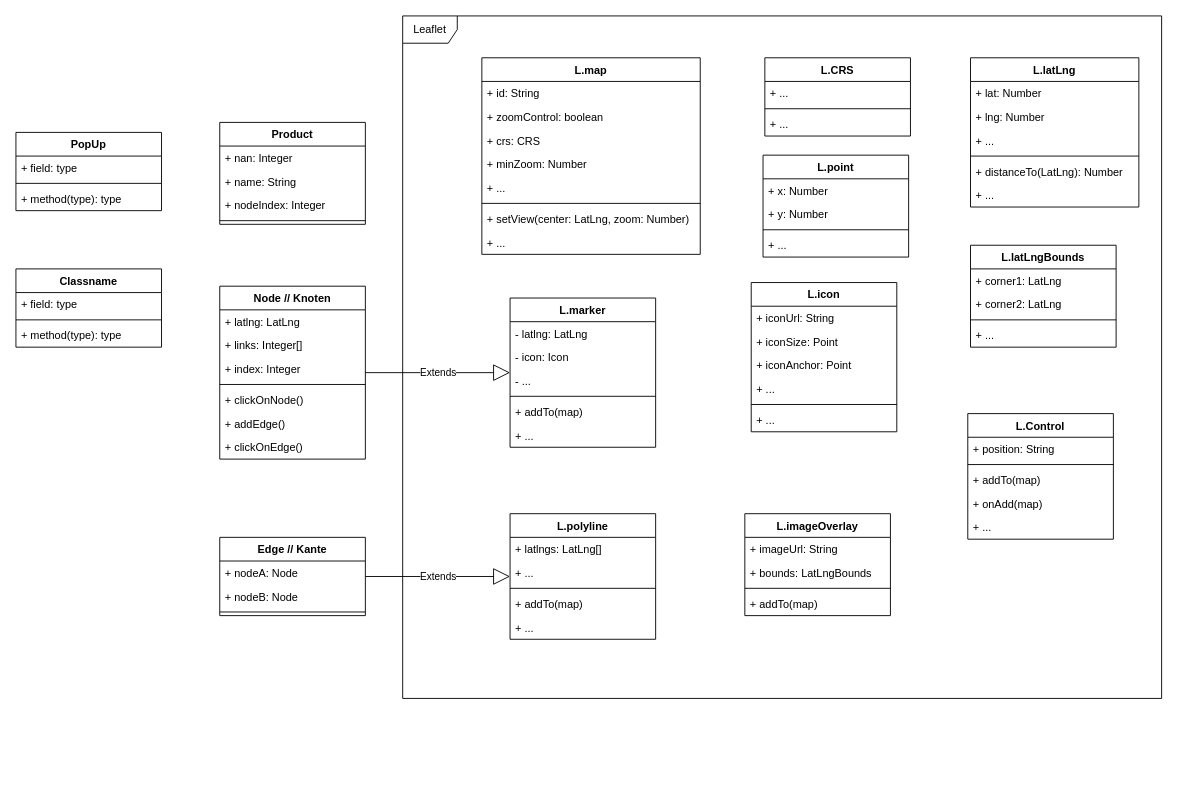
Before: page "Klassendiagramm" (1 of 2) of drawio/indoor-navigation.drawio in danielgilbers/indoor-navigation, a draw.io diagram. Source tidied: cells renumbered, new cells numbered last; positions are measured from the earlier drawing's top-left corner, leaving out a move shared by most shapes. Both pictures are drawn from the tidied source at 91%, with x=0, y=0 at pixel (15, 15).
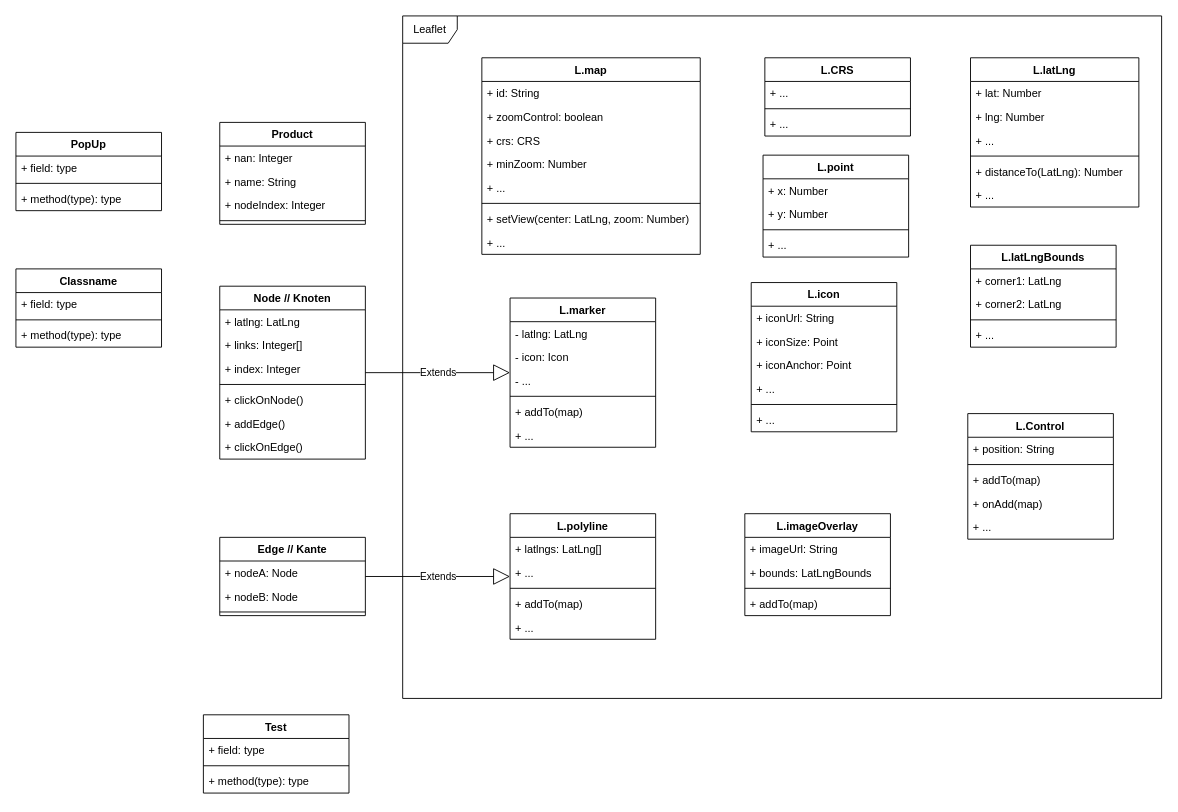
Above is the later version.

What changed in the source:
```diff
@@
+    <mxCell id="91" value="Test" style="swimlane;fontStyle=1;align=center;verticalAlign=top;horizontal=1;startSize=26;" parent="1" vertex="1">
+      <mxGeometry x="206" y="768" width="160" height="86" as="geometry" />
+    </mxCell>
+    <mxCell id="92" value="+ field: type" style="text;strokeColor=none;fillColor=none;align=left;verticalAlign=top;spacingLeft=4;spacingRight=4;overflow=hidden;" parent="91" vertex="1">
+      <mxGeometry y="26" width="160" height="26" as="geometry" />
+    </mxCell>
+    <mxCell id="93" style="line;strokeWidth=1;fillColor=none;align=left;verticalAlign=middle;spacingTop=-1;spacingLeft=3;spacingRight=3;labelPosition=right;strokeColor=inherit;" parent="91" vertex="1">
+      <mxGeometry y="52" width="160" height="8" as="geometry" />
+    </mxCell>
+    <mxCell id="94" value="+ method(type): type" style="text;strokeColor=none;fillColor=none;align=left;verticalAlign=top;spacingLeft=4;spacingRight=4;overflow=hidden;" parent="91" vertex="1">
+      <mxGeometry y="60" width="160" height="26" as="geometry" />
+    </mxCell>
```
